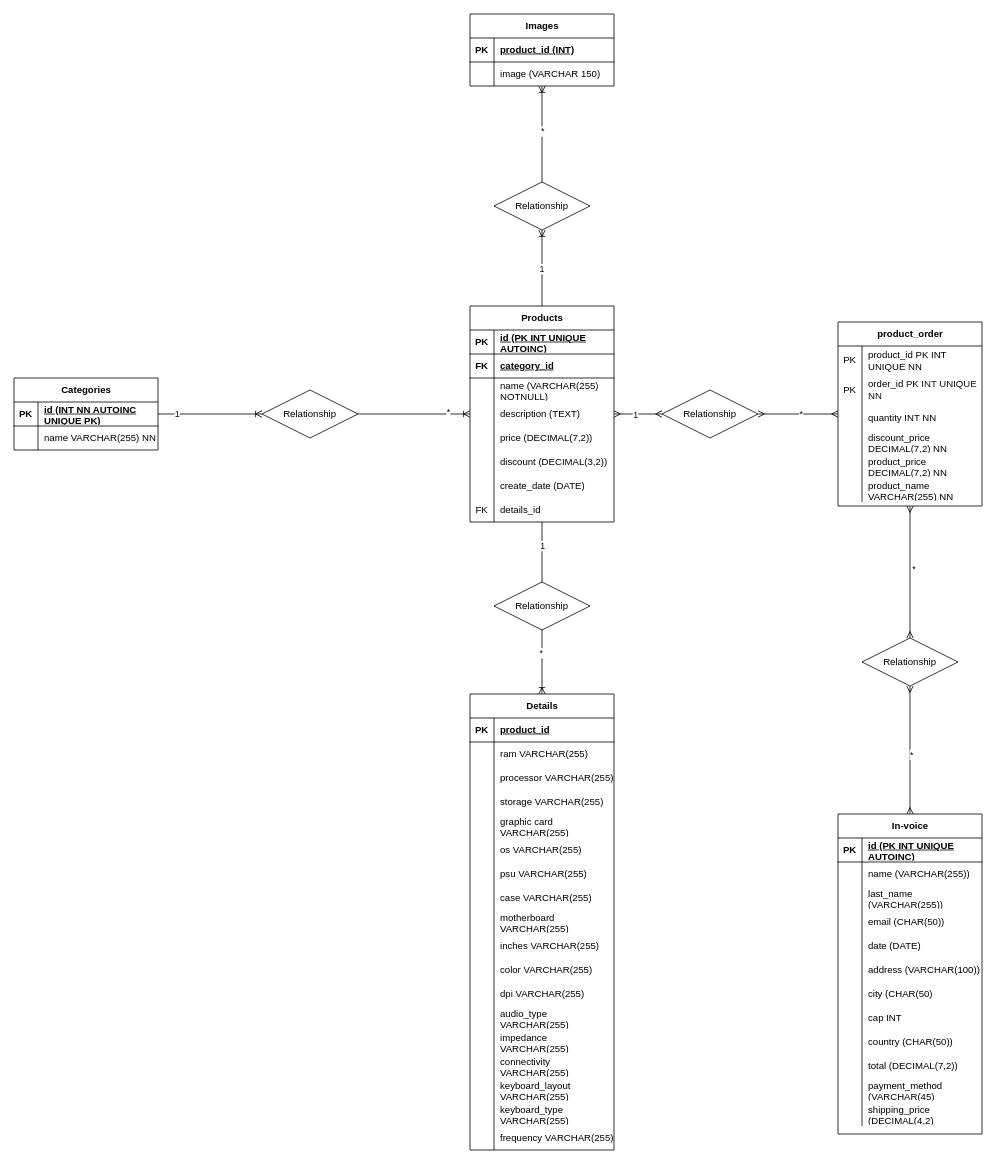
Earlier version of the draw.io diagram data_schemas/diagramma.drawio (matcir/BoolCore-backend). Source tidied: cells renumbered, new cells numbered last; positions are measured from the earlier drawing's top-left corner, leaving out a move shared by most shapes. Both pictures are drawn from the tidied source at 80%, with x=0, y=0 at pixel (14, 14).
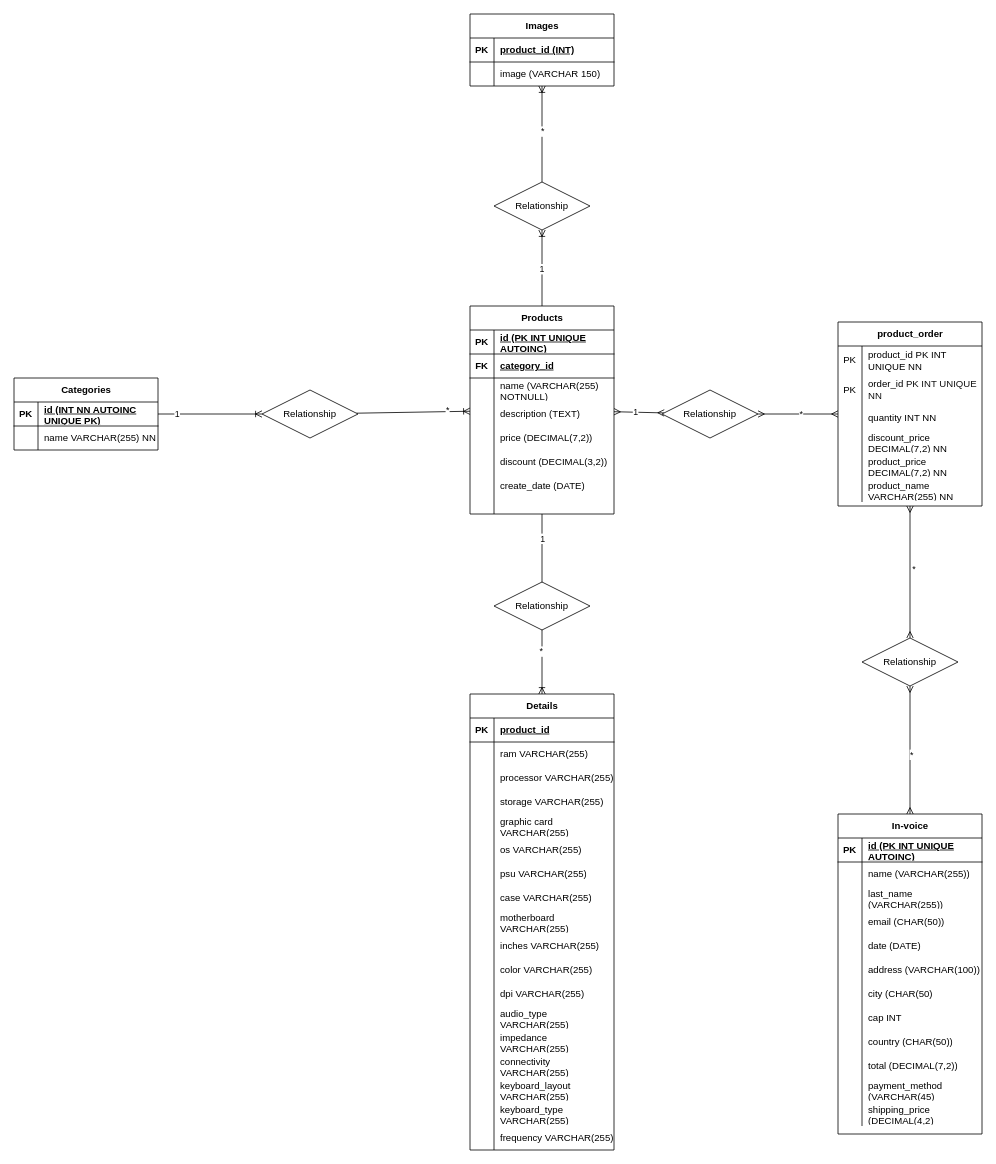
After the change.

The edit, as a diff of the source:
```diff
@@
     <mxCell id="39" value="Products" style="shape=table;startSize=30;childLayout=tableLayout;rowLines=0;fontStyle=1;align=center;html=1;" parent="1" vertex="1">
-      <mxGeometry x="570" y="365" width="180" height="270" as="geometry" />
+      <mxGeometry x="570" y="365" width="180" height="260" as="geometry" />
     </mxCell>
@@
     <mxCell id="61" style="shape=tableRow;horizontal=0;startSize=0;swimlaneHead=0;swimlaneBody=0;fillColor=none;top=0;left=0;right=0;bottom=0;" parent="39" vertex="1">
-      <mxGeometry y="240" width="180" height="30" as="geometry" />
+      <mxGeometry y="240" width="180" height="20" as="geometry" />
     </mxCell>
-    <mxCell id="62" value="FK" style="shape=partialRectangle;fillColor=none;top=0;left=0;bottom=0;right=0;overflow=hidden;whiteSpace=wrap;html=1;" parent="61" vertex="1">
-      <mxGeometry width="30" height="30" as="geometry" />
+    <mxCell id="62" style="shape=partialRectangle;fillColor=none;top=0;left=0;bottom=0;right=0;overflow=hidden;whiteSpace=wrap;html=1;" parent="61" vertex="1">
+      <mxGeometry width="30" height="20" as="geometry" />
     </mxCell>
-    <mxCell id="63" value="details_id" style="shape=partialRectangle;fillColor=none;top=0;left=0;bottom=0;right=0;align=left;spacingLeft=6;overflow=hidden;whiteSpace=wrap;html=1;" parent="61" vertex="1">
-      <mxGeometry x="30" width="150" height="30" as="geometry" />
+    <mxCell id="63" style="shape=partialRectangle;fillColor=none;top=0;left=0;bottom=0;right=0;align=left;spacingLeft=6;overflow=hidden;whiteSpace=wrap;html=1;" parent="61" vertex="1">
+      <mxGeometry x="30" width="150" height="20" as="geometry" />
     </mxCell>
```
